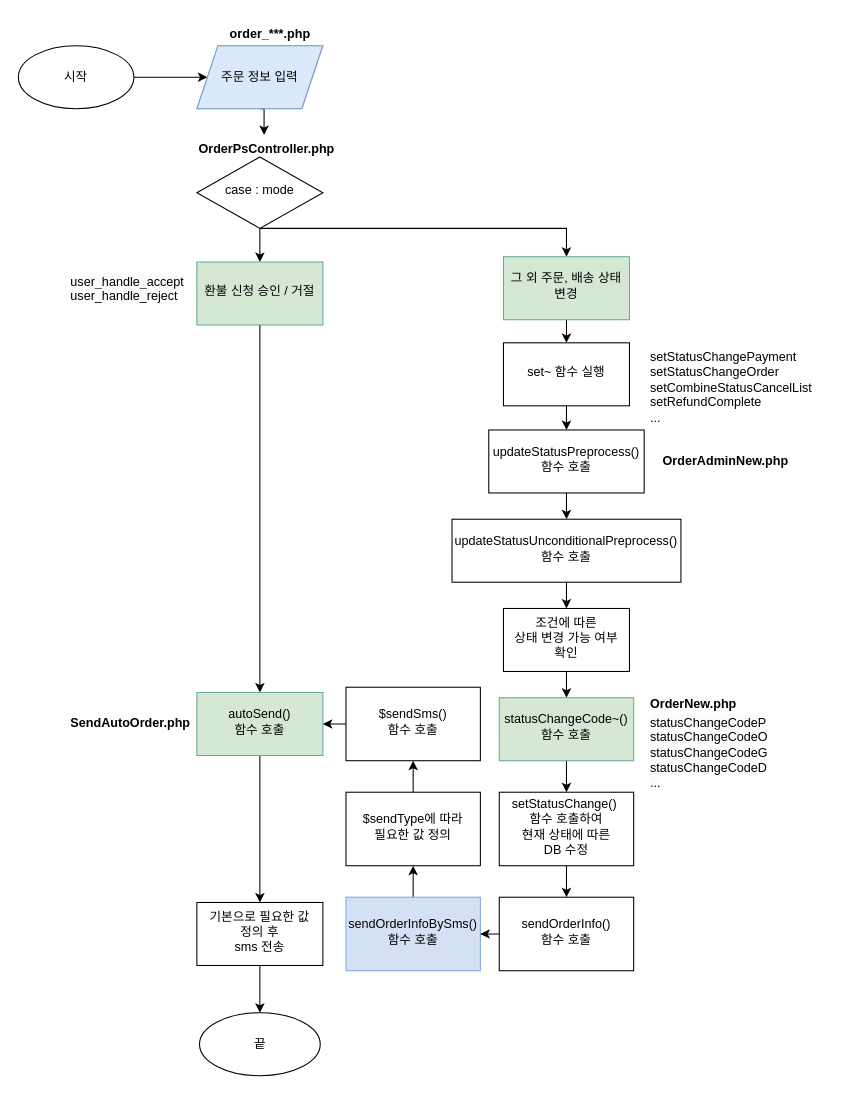
juwan-25/crypto keeps this draw.io diagram as 제목 없는 다이어그램.drawio. Above is the earlier version. Source tidied: cells renumbered, new cells numbered last; positions are measured from the earlier drawing's top-left corner, leaving out a move shared by most shapes. Both pictures are drawn from the tidied source at 105%, with x=0, y=0 at pixel (18, 18).
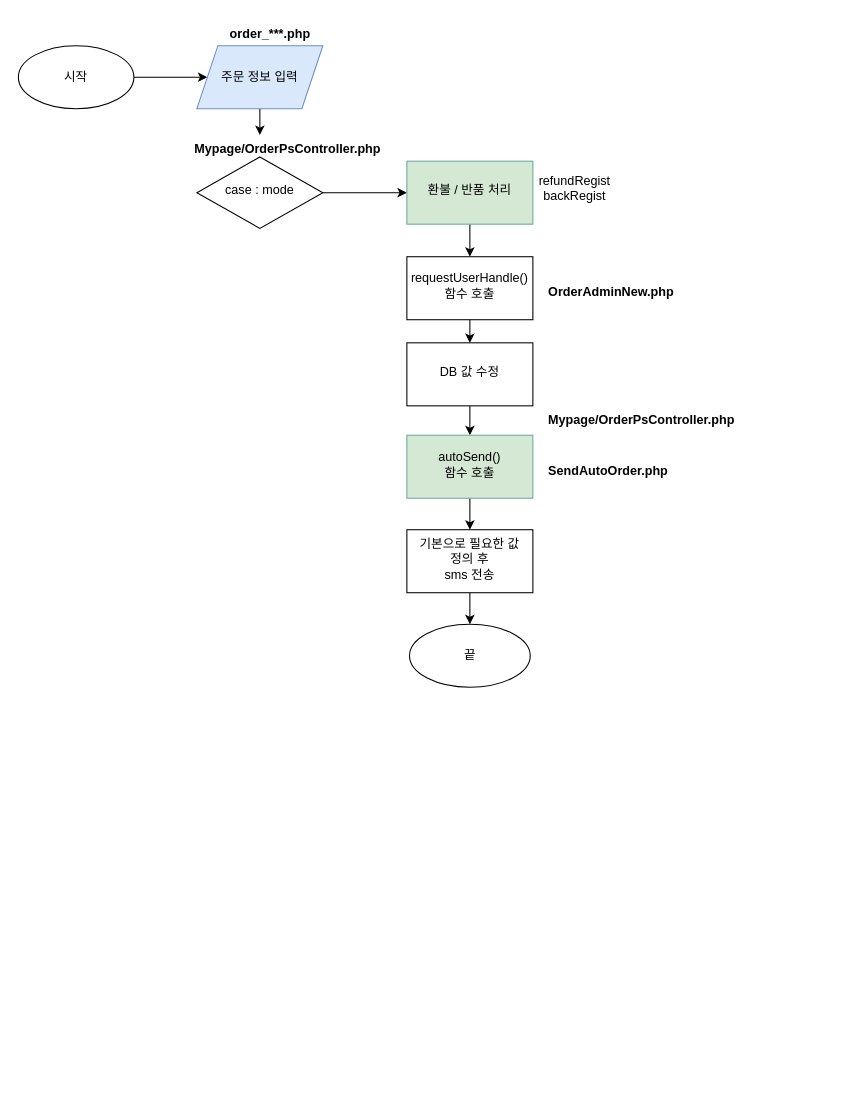
The same page after the edit.

Commit message:
제목 없는 다이어그램.drawio 업데이트

Unchanged cells that the change refers to:
```xml
<mxCell id="3" value="case : mode" style="rhombus;whiteSpace=wrap;html=1;shadow=0;fontFamily=Helvetica;fontSize=12;align=center;strokeWidth=1;spacing=6;spacingTop=-4;" parent="1" vertex="1">
  <mxGeometry x="170" y="132" width="120" height="68" as="geometry" />
</mxCell>
<mxCell id="8" value="주문 정보 입력" style="shape=parallelogram;perimeter=parallelogramPerimeter;whiteSpace=wrap;html=1;fixedSize=1;fillColor=#dae8fc;strokeColor=#6c8ebf;" parent="1" vertex="1">
  <mxGeometry x="170" y="26" width="120" height="60" as="geometry" />
</mxCell>
```

The edit, as a diff of the source:
```diff
@@
-    <mxCell id="7" style="edgeStyle=orthogonalEdgeStyle;rounded=0;jettySize=auto;html=1;exitX=0.5;exitY=1;exitDx=0;exitDy=0;entryX=0.5;entryY=0;entryDx=0;entryDy=0;" parent="1" edge="1" source="8" target="16">
+    <mxCell id="7" style="edgeStyle=orthogonalEdgeStyle;rounded=0;jettySize=auto;html=1;" parent="1" edge="1" source="8" target="16">
       <mxGeometry relative="1" as="geometry" />
     </mxCell>
@@
     <mxCell id="9" value="끝" style="ellipse;whiteSpace=wrap;html=1;" parent="1" vertex="1">
-      <mxGeometry x="172.5" y="947" width="115" height="60" as="geometry" />
+      <mxGeometry x="372.5" y="577" width="115" height="60" as="geometry" />
     </mxCell>
-    <mxCell id="10" style="endArrow=classic;html=1;rounded=0;exitX=0.5;exitY=1;exitDx=0;exitDy=0;" parent="1" edge="1" source="3" target="14">
-      <mxGeometry relative="1" as="geometry">
-        <Array as="points">
-          <mxPoint x="522" y="200" />
-        </Array>
-      </mxGeometry>
-    </mxCell>
-    <mxCell id="11" style="edgeStyle=orthogonalEdgeStyle;rounded=0;jettySize=auto;html=1;" parent="1" edge="1" source="12" target="23">
-      <mxGeometry relative="1" as="geometry" />
-    </mxCell>
+    <mxCell id="47" style="edgeStyle=orthogonalEdgeStyle;rounded=0;jettySize=auto;html=1;" parent="1" edge="1" source="12" target="18">
+      <mxGeometry relative="1" as="geometry" />
+    </mxCell>
-    <mxCell id="12" value="환불 신청 승인 / 거절" style="whiteSpace=wrap;html=1;shadow=0;strokeWidth=1;spacing=6;spacingTop=-4;strokeColor=#67AB9F;fillColor=#D5E8D4;" parent="1" vertex="1">
-      <mxGeometry x="170" y="232" width="120" height="60" as="geometry" />
+    <mxCell id="12" value="환불 / 반품 처리" style="whiteSpace=wrap;html=1;shadow=0;strokeWidth=1;spacing=6;spacingTop=-4;strokeColor=#67AB9F;fillColor=#D5E8D4;" parent="1" vertex="1">
+      <mxGeometry x="370" y="136" width="120" height="60" as="geometry" />
     </mxCell>
-    <mxCell id="13" style="edgeStyle=orthogonalEdgeStyle;rounded=0;jettySize=auto;html=1;" parent="1" edge="1" source="14" target="18">
-      <mxGeometry relative="1" as="geometry" />
-    </mxCell>
-    <mxCell id="14" value="그 외 주문, 배송 상태 변경" style="whiteSpace=wrap;html=1;shadow=0;strokeWidth=1;spacing=6;spacingTop=-4;strokeColor=#67AB9F;fillColor=#D5E8D4;" parent="1" vertex="1">
-      <mxGeometry x="462" y="227" width="120" height="60" as="geometry" />
-    </mxCell>
-    <mxCell id="15" value="&lt;span style=&quot;color: rgb(0, 0, 0); font-family: Helvetica; font-size: 12px; font-style: normal; font-variant-ligatures: normal; font-variant-caps: normal; font-weight: 400; letter-spacing: normal; orphans: 2; text-align: center; text-indent: 0px; text-transform: none; widows: 2; word-spacing: 0px; -webkit-text-stroke-width: 0px; background-color: rgb(251, 251, 251); text-decoration-thickness: initial; text-decoration-style: initial; text-decoration-color: initial; float: none; display: inline !important;&quot;&gt;user_handle_accept&lt;/span&gt;&lt;br style=&quot;border-color: var(--border-color); color: rgb(0, 0, 0); font-family: Helvetica; font-size: 12px; font-style: normal; font-variant-ligatures: normal; font-variant-caps: normal; font-weight: 400; letter-spacing: normal; orphans: 2; text-align: center; text-indent: 0px; text-transform: none; widows: 2; word-spacing: 0px; -webkit-text-stroke-width: 0px; background-color: rgb(251, 251, 251); text-decoration-thickness: initial; text-decoration-style: initial; text-decoration-color: initial;&quot;&gt;&lt;span style=&quot;color: rgb(0, 0, 0); font-family: Helvetica; font-size: 12px; font-style: normal; font-variant-ligatures: normal; font-variant-caps: normal; font-weight: 400; letter-spacing: normal; orphans: 2; text-align: center; text-indent: 0px; text-transform: none; widows: 2; word-spacing: 0px; -webkit-text-stroke-width: 0px; background-color: rgb(251, 251, 251); text-decoration-thickness: initial; text-decoration-style: initial; text-decoration-color: initial; float: none; display: inline !important;&quot;&gt;user_handle_reject&lt;/span&gt;" style="text;whiteSpace=wrap;html=1;" parent="1" vertex="1">
-      <mxGeometry x="48" y="237" width="140" height="50" as="geometry" />
+    <mxCell id="15" value="&lt;div style=&quot;text-align: center;&quot;&gt;refundRegist&lt;/div&gt;&lt;div style=&quot;text-align: center;&quot;&gt;&lt;span style=&quot;background-color: initial;&quot;&gt;backRegist&lt;/span&gt;&lt;/div&gt;" style="text;whiteSpace=wrap;html=1;" parent="1" vertex="1">
+      <mxGeometry x="494" y="141" width="102" height="50" as="geometry" />
     </mxCell>
-    <mxCell id="16" value="&lt;b&gt;OrderPsController.php&lt;/b&gt;" style="text;whiteSpace=wrap;html=1;" parent="1" vertex="1">
-      <mxGeometry x="170" y="111" width="128" height="40" as="geometry" />
+    <mxCell id="16" value="&lt;b&gt;Mypage/OrderPsController.php&lt;/b&gt;" style="text;whiteSpace=wrap;html=1;" parent="1" vertex="1">
+      <mxGeometry x="166" y="111" width="128" height="40" as="geometry" />
     </mxCell>
@@
-    <mxCell id="18" value="set~ 함수 실행" style="whiteSpace=wrap;html=1;shadow=0;strokeWidth=1;spacing=6;spacingTop=-4;" parent="1" vertex="1">
-      <mxGeometry x="462" y="309" width="120" height="60" as="geometry" />
+    <mxCell id="18" value="requestUserHandle()&lt;br&gt;함수 호출" style="whiteSpace=wrap;html=1;shadow=0;strokeWidth=1;spacing=6;spacingTop=-4;" parent="1" vertex="1">
+      <mxGeometry x="370" y="227" width="120" height="60" as="geometry" />
     </mxCell>
-    <mxCell id="19" value="setStatusChangePayment&lt;br&gt;setStatusChangeOrder&lt;br&gt;setCombineStatusCancelList&lt;br&gt;setRefundComplete&lt;br&gt;..." style="text;whiteSpace=wrap;html=1;" parent="1" vertex="1">
-      <mxGeometry x="600" y="309" width="170" height="40" as="geometry" />
-    </mxCell>
-    <mxCell id="20" style="edgeStyle=orthogonalEdgeStyle;rounded=0;jettySize=auto;html=1;" parent="1" edge="1" source="21" target="25">
-      <mxGeometry relative="1" as="geometry" />
-    </mxCell>
+    <mxCell id="48" style="edgeStyle=orthogonalEdgeStyle;rounded=0;jettySize=auto;html=1;" parent="1" edge="1" source="21" target="23">
+      <mxGeometry relative="1" as="geometry" />
+    </mxCell>
-    <mxCell id="21" value="updateStatusPreprocess() 함수 호출" style="whiteSpace=wrap;html=1;shadow=0;strokeWidth=1;spacing=6;spacingTop=-4;" parent="1" vertex="1">
-      <mxGeometry x="448" y="392" width="148" height="60" as="geometry" />
+    <mxCell id="21" value="DB 값 수정" style="whiteSpace=wrap;html=1;shadow=0;strokeWidth=1;spacing=6;spacingTop=-4;" parent="1" vertex="1">
+      <mxGeometry x="370" y="309" width="120" height="60" as="geometry" />
     </mxCell>
@@
     <mxCell id="23" value="autoSend()&lt;br&gt;함수 호출" style="whiteSpace=wrap;html=1;shadow=0;strokeWidth=1;spacing=6;spacingTop=-4;strokeColor=#67AB9F;fillColor=#D5E8D4;" parent="1" vertex="1">
-      <mxGeometry x="170" y="642" width="120" height="60" as="geometry" />
+      <mxGeometry x="370" y="397" width="120" height="60" as="geometry" />
     </mxCell>
-    <mxCell id="24" style="edgeStyle=orthogonalEdgeStyle;rounded=0;jettySize=auto;html=1;" parent="1" edge="1" source="25" target="27">
-      <mxGeometry relative="1" as="geometry" />
+    <mxCell id="24" style="edgeStyle=orthogonalEdgeStyle;rounded=0;orthogonalLoop=1;jettySize=auto;html=1;" parent="1" edge="1">
+      <mxGeometry relative="1" as="geometry">
+        <mxPoint x="522" y="562" as="targetPoint" />
+      </mxGeometry>
     </mxCell>
-    <mxCell id="25" value="updateStatusUnconditionalPreprocess() 함수&amp;nbsp;&lt;span style=&quot;background-color: initial;&quot;&gt;호출&lt;/span&gt;" style="whiteSpace=wrap;html=1;shadow=0;strokeWidth=1;spacing=6;spacingTop=-4;" parent="1" vertex="1">
-      <mxGeometry x="413" y="477" width="218" height="60" as="geometry" />
-    </mxCell>
-    <mxCell id="26" style="edgeStyle=orthogonalEdgeStyle;rounded=0;jettySize=auto;html=1;" parent="1" edge="1" source="27" target="29">
-      <mxGeometry relative="1" as="geometry" />
+    <mxCell id="26" style="edgeStyle=orthogonalEdgeStyle;rounded=0;orthogonalLoop=1;jettySize=auto;html=1;" parent="1" edge="1">
+      <mxGeometry relative="1" as="geometry">
+        <mxPoint x="522" y="647" as="targetPoint" />
+      </mxGeometry>
     </mxCell>
-    <mxCell id="27" value="조건에 따른&lt;br&gt;상태 변경 가능 여부&lt;br&gt;확인" style="whiteSpace=wrap;html=1;shadow=0;strokeWidth=1;spacing=6;spacingTop=-4;" parent="1" vertex="1">
-      <mxGeometry x="462" y="562" width="120" height="60" as="geometry" />
-    </mxCell>
-    <mxCell id="28" style="edgeStyle=orthogonalEdgeStyle;rounded=0;jettySize=auto;html=1;" parent="1" edge="1" source="29" target="32">
-      <mxGeometry relative="1" as="geometry" />
+    <mxCell id="28" style="edgeStyle=orthogonalEdgeStyle;rounded=0;orthogonalLoop=1;jettySize=auto;html=1;" parent="1" edge="1">
+      <mxGeometry relative="1" as="geometry">
+        <mxPoint x="522" y="737" as="targetPoint" />
+      </mxGeometry>
     </mxCell>
-    <mxCell id="29" value="statusChangeCode~()&lt;br&gt;함수 호출" style="whiteSpace=wrap;html=1;shadow=0;strokeWidth=1;spacing=6;spacingTop=-4;strokeColor=#67AB9F;fillColor=#D5E8D4;" parent="1" vertex="1">
-      <mxGeometry x="458" y="647" width="128" height="60" as="geometry" />
-    </mxCell>
-    <mxCell id="30" value="&lt;span style=&quot;color: rgb(0, 0, 0); font-family: Helvetica; font-size: 12px; font-style: normal; font-variant-ligatures: normal; font-variant-caps: normal; font-weight: 400; letter-spacing: normal; orphans: 2; text-align: center; text-indent: 0px; text-transform: none; widows: 2; word-spacing: 0px; -webkit-text-stroke-width: 0px; background-color: rgb(251, 251, 251); text-decoration-thickness: initial; text-decoration-style: initial; text-decoration-color: initial; float: none; display: inline !important;&quot;&gt;statusChangeCodeP&lt;br&gt;statusChangeCodeO&lt;br&gt;statusChangeCodeG&lt;br&gt;statusChangeCodeD&lt;br&gt;...&lt;br&gt;&lt;/span&gt;" style="text;whiteSpace=wrap;html=1;" parent="1" vertex="1">
-      <mxGeometry x="600" y="657" width="140" height="40" as="geometry" />
-    </mxCell>
-    <mxCell id="31" style="edgeStyle=orthogonalEdgeStyle;rounded=0;jettySize=auto;html=1;" parent="1" edge="1" source="32" target="34">
-      <mxGeometry relative="1" as="geometry" />
+    <mxCell id="31" style="edgeStyle=orthogonalEdgeStyle;rounded=0;orthogonalLoop=1;jettySize=auto;html=1;" parent="1" edge="1">
+      <mxGeometry relative="1" as="geometry">
+        <mxPoint x="522" y="837" as="targetPoint" />
+      </mxGeometry>
     </mxCell>
-    <mxCell id="32" value="setStatusChange()&amp;nbsp;&lt;br&gt;함수 호출하여&lt;br&gt;현재 상태에 따른 &lt;br&gt;DB 수정" style="whiteSpace=wrap;html=1;shadow=0;strokeWidth=1;spacing=6;spacingTop=-4;" parent="1" vertex="1">
-      <mxGeometry x="458" y="737" width="128" height="70" as="geometry" />
-    </mxCell>
-    <mxCell id="33" style="edgeStyle=orthogonalEdgeStyle;rounded=0;jettySize=auto;html=1;" parent="1" edge="1" source="34" target="36">
-      <mxGeometry relative="1" as="geometry" />
+    <mxCell id="33" style="edgeStyle=orthogonalEdgeStyle;rounded=0;orthogonalLoop=1;jettySize=auto;html=1;" parent="1" edge="1">
+      <mxGeometry relative="1" as="geometry">
+        <mxPoint x="440" y="872" as="targetPoint" />
+      </mxGeometry>
     </mxCell>
-    <mxCell id="34" value="sendOrderInfo()&lt;br&gt;함수 호출" style="whiteSpace=wrap;html=1;shadow=0;strokeWidth=1;spacing=6;spacingTop=-4;" parent="1" vertex="1">
-      <mxGeometry x="458" y="837" width="128" height="70" as="geometry" />
-    </mxCell>
-    <mxCell id="35" style="edgeStyle=orthogonalEdgeStyle;rounded=0;jettySize=auto;html=1;" parent="1" edge="1" source="36" target="38">
-      <mxGeometry relative="1" as="geometry" />
+    <mxCell id="35" style="edgeStyle=orthogonalEdgeStyle;rounded=0;orthogonalLoop=1;jettySize=auto;html=1;" parent="1" edge="1">
+      <mxGeometry relative="1" as="geometry">
+        <mxPoint x="376" y="837" as="sourcePoint" />
+      </mxGeometry>
     </mxCell>
-    <mxCell id="36" value="sendOrderInfoBySms()&lt;br&gt;함수 호출" style="whiteSpace=wrap;html=1;shadow=0;strokeWidth=1;spacing=6;spacingTop=-4;strokeColor=#7EA6E0;fillColor=#D4E1F5;" parent="1" vertex="1">
-      <mxGeometry x="312" y="837" width="128" height="70" as="geometry" />
-    </mxCell>
-    <mxCell id="37" style="edgeStyle=orthogonalEdgeStyle;rounded=0;jettySize=auto;html=1;" parent="1" edge="1" source="38" target="40">
-      <mxGeometry relative="1" as="geometry" />
+    <mxCell id="37" style="edgeStyle=orthogonalEdgeStyle;rounded=0;orthogonalLoop=1;jettySize=auto;html=1;" parent="1" edge="1">
+      <mxGeometry relative="1" as="geometry">
+        <mxPoint x="376" y="737" as="sourcePoint" />
+      </mxGeometry>
     </mxCell>
-    <mxCell id="38" value="$sendType에 따라&lt;br&gt;필요한 값 정의" style="whiteSpace=wrap;html=1;shadow=0;strokeWidth=1;spacing=6;spacingTop=-4;" parent="1" vertex="1">
-      <mxGeometry x="312" y="737" width="128" height="70" as="geometry" />
-    </mxCell>
-    <mxCell id="39" style="edgeStyle=orthogonalEdgeStyle;rounded=0;jettySize=auto;html=1;" parent="1" edge="1" source="40" target="23">
-      <mxGeometry relative="1" as="geometry" />
-    </mxCell>
-    <mxCell id="40" value="$sendSms() &lt;br&gt;함수 호출" style="whiteSpace=wrap;html=1;shadow=0;strokeWidth=1;spacing=6;spacingTop=-4;" parent="1" vertex="1">
-      <mxGeometry x="312" y="637" width="128" height="70" as="geometry" />
-    </mxCell>
@@
     <mxCell id="43" value="기본으로 필요한 값 &lt;br&gt;정의 후&lt;br&gt;sms 전송" style="whiteSpace=wrap;html=1;shadow=0;strokeWidth=1;spacing=6;spacingTop=-4;" parent="1" vertex="1">
-      <mxGeometry x="170" y="842" width="120" height="60" as="geometry" />
+      <mxGeometry x="370" y="487" width="120" height="60" as="geometry" />
     </mxCell>
     <mxCell id="44" value="&lt;b&gt;OrderAdminNew.php&lt;/b&gt;" style="text;whiteSpace=wrap;html=1;" parent="1" vertex="1">
-      <mxGeometry x="612" y="408" width="128" height="40" as="geometry" />
+      <mxGeometry x="503" y="247" width="128" height="40" as="geometry" />
     </mxCell>
-    <mxCell id="45" value="&lt;b&gt;OrderNew.php&lt;/b&gt;" style="text;whiteSpace=wrap;html=1;" parent="1" vertex="1">
-      <mxGeometry x="600" y="639" width="128" height="40" as="geometry" />
-    </mxCell>
     <mxCell id="46" value="&lt;b&gt;SendAutoOrder.php&lt;/b&gt;" style="text;whiteSpace=wrap;html=1;" parent="1" vertex="1">
-      <mxGeometry x="48" y="657" width="128" height="40" as="geometry" />
+      <mxGeometry x="503" y="417" width="128" height="40" as="geometry" />
     </mxCell>
+    <mxCell id="49" value="&lt;b&gt;Mypage/OrderPsController.php&lt;/b&gt;" style="text;whiteSpace=wrap;html=1;" parent="1" vertex="1">
+      <mxGeometry x="503" y="369" width="128" height="40" as="geometry" />
+    </mxCell>
```
